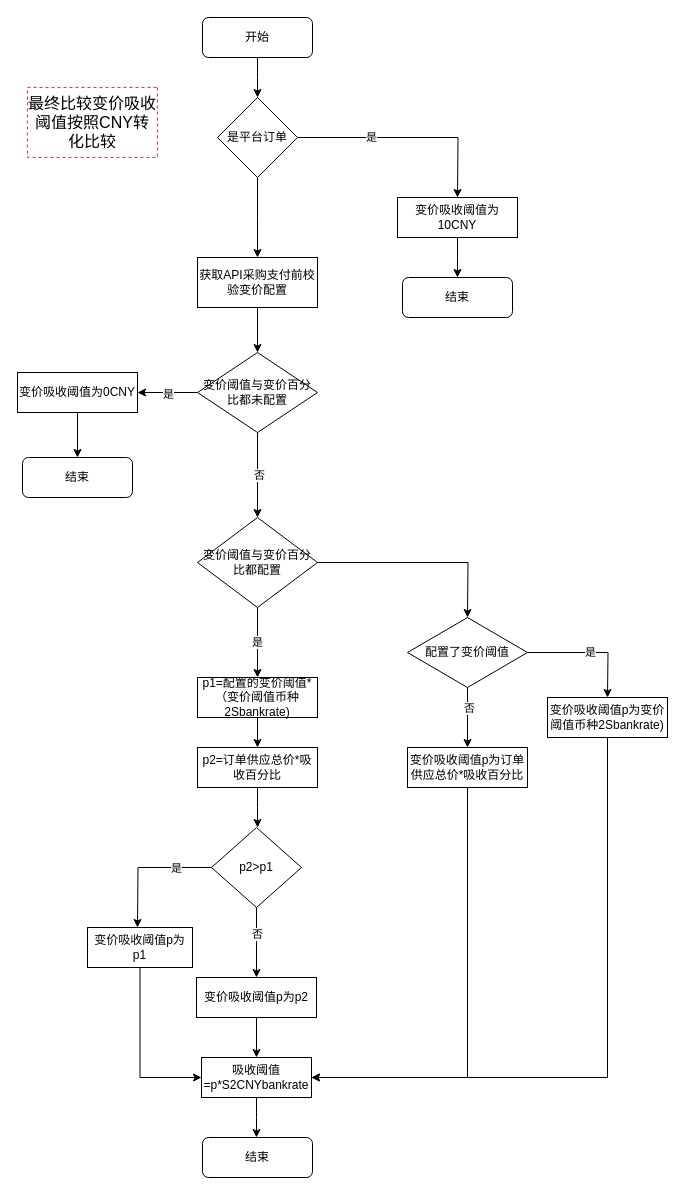
zhangweixin/design-diagram keeps this draw.io diagram as page "获取变价吸收阈值" (2 of 9) of pkfare/paycheck-refactor/新支付前校验流程.drawio. Above is the earlier version. Source tidied: cells renumbered, new cells numbered last; positions are measured from the earlier drawing's top-left corner, leaving out a move shared by most shapes. Both pictures are drawn from the tidied source at 100%, with x=0, y=0 at pixel (17, 17).
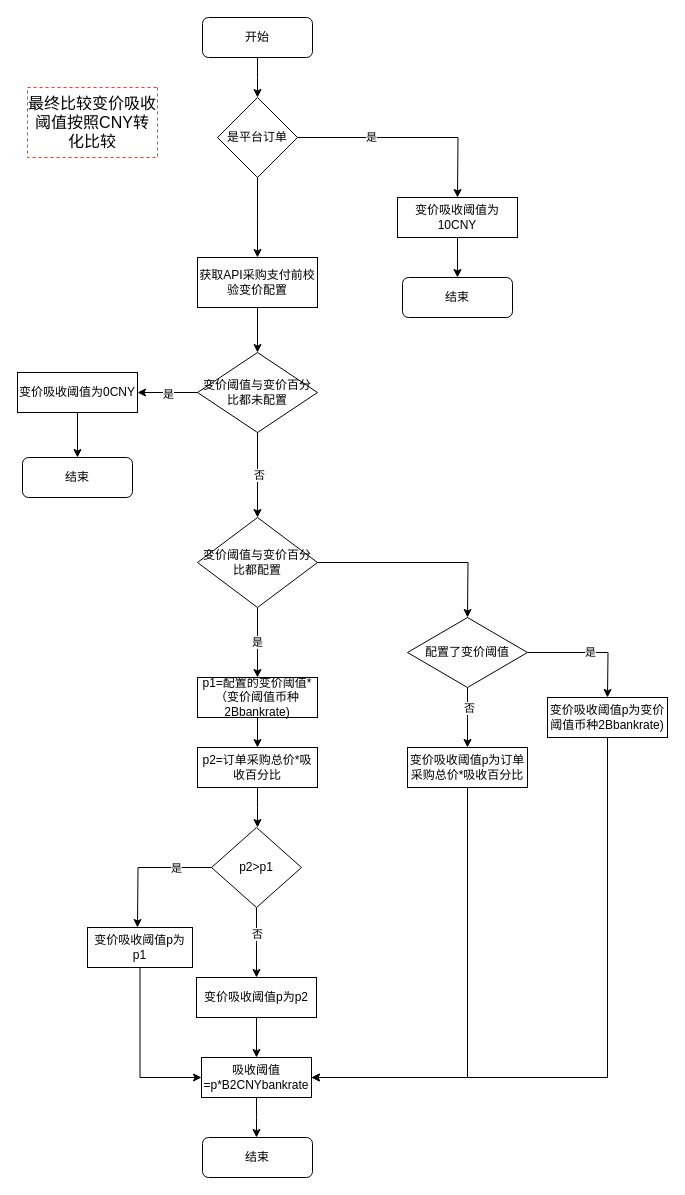
After the change.

Diff of the diagram source:
```diff
@@
-    <mxCell id="29" value="变价吸收阈值p为变价阈值币种2Sbankrate)" style="rounded=0;whiteSpace=wrap;html=1;" parent="1" vertex="1">
+    <mxCell id="29" value="变价吸收阈值p为变价阈值币种2Bbankrate)" style="rounded=0;whiteSpace=wrap;html=1;" parent="1" vertex="1">
       <mxGeometry x="530" y="680" width="120" height="40" as="geometry" />
     </mxCell>
@@
-    <mxCell id="31" value="变价吸收阈值p为订单供应总价*吸收百分比" style="rounded=0;whiteSpace=wrap;html=1;" parent="1" vertex="1">
+    <mxCell id="31" value="变价吸收阈值p为订单采购总价*吸收百分比" style="rounded=0;whiteSpace=wrap;html=1;" parent="1" vertex="1">
       <mxGeometry x="390" y="730" width="120" height="40" as="geometry" />
     </mxCell>
@@
-    <mxCell id="33" value="p1=配置的变价阈值*（变价阈值币种2Sbankrate)" style="rounded=0;whiteSpace=wrap;html=1;" parent="1" vertex="1">
+    <mxCell id="33" value="p1=配置的变价阈值*（变价阈值币种2Bbankrate)" style="rounded=0;whiteSpace=wrap;html=1;" parent="1" vertex="1">
       <mxGeometry x="180" y="660" width="120" height="40" as="geometry" />
     </mxCell>
@@
-    <mxCell id="35" value="p2=订单供应总价*吸收百分比" style="rounded=0;whiteSpace=wrap;html=1;" parent="1" vertex="1">
+    <mxCell id="35" value="p2=订单采购总价*吸收百分比" style="rounded=0;whiteSpace=wrap;html=1;" parent="1" vertex="1">
       <mxGeometry x="180" y="730" width="120" height="40" as="geometry" />
     </mxCell>
@@
-    <mxCell id="46" value="吸收阈值=p*S2CNYbankrate" style="rounded=0;whiteSpace=wrap;html=1;" parent="1" vertex="1">
+    <mxCell id="46" value="吸收阈值=p*B2CNYbankrate" style="rounded=0;whiteSpace=wrap;html=1;" parent="1" vertex="1">
       <mxGeometry x="184" y="1040" width="110" height="40" as="geometry" />
     </mxCell>
```
